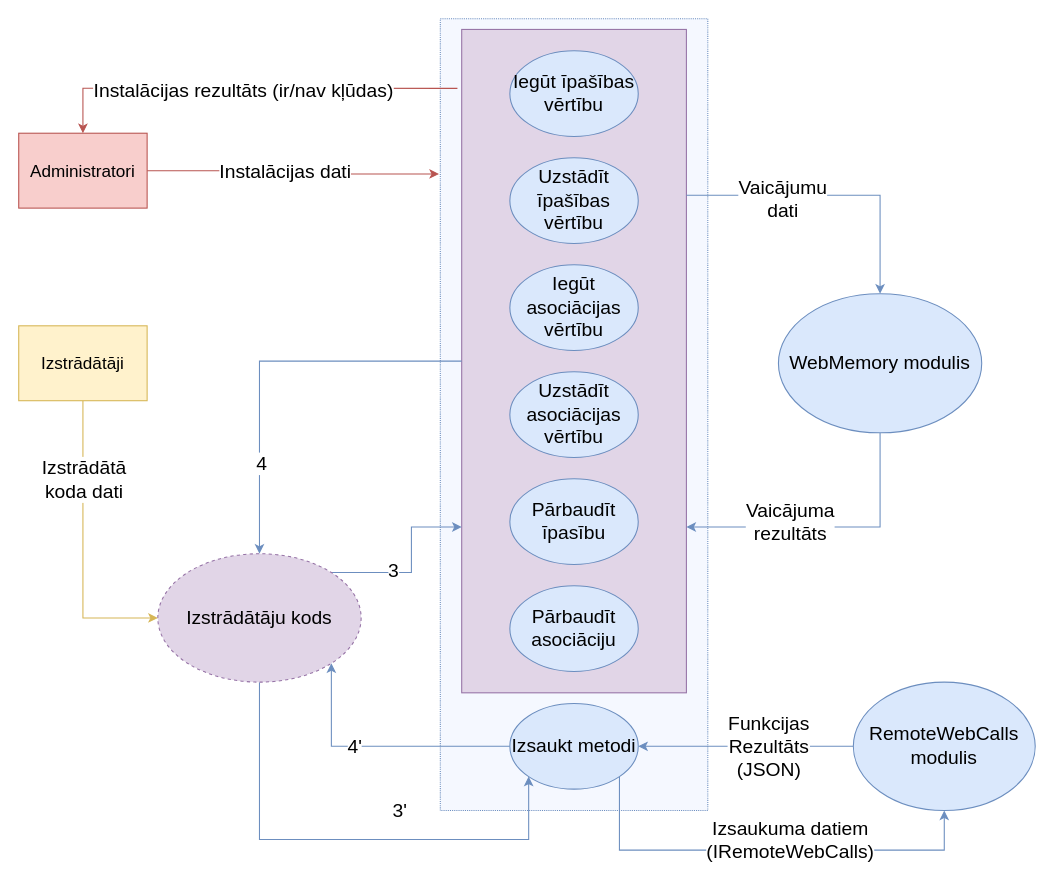
The draw.io diagram page "Ģenerētais kods" (6 of 9) of src/Kvalifikacijas darbs/Diagrammas/DPD.drawio in artiks12/webAppOS, before the edit. Source tidied: cells renumbered, new cells numbered last; positions are measured from the earlier drawing's top-left corner, leaving out a move shared by most shapes. Both pictures are drawn from the tidied source at 107%, with x=0, y=0 at pixel (18, 18).
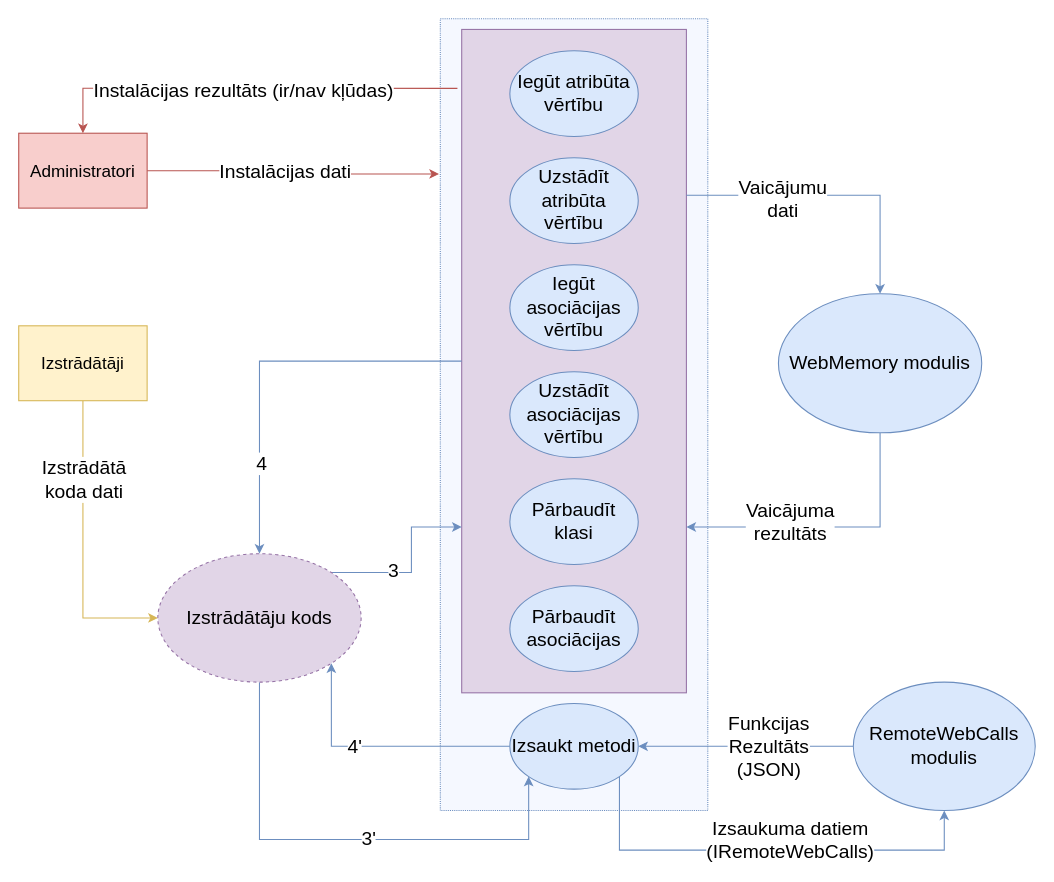
Above is the later version.

Change to the diagram source:
```diff
@@
-    <mxCell id="6" value="&lt;font style=&quot;font-size: 18px&quot;&gt;Iegūt īpašības vērtību&lt;br&gt;&lt;/font&gt;" style="ellipse;whiteSpace=wrap;html=1;fillColor=#dae8fc;strokeColor=#6c8ebf;" parent="1" vertex="1">
+    <mxCell id="6" value="&lt;font style=&quot;font-size: 18px&quot;&gt;Iegūt atribūta vērtību&lt;br&gt;&lt;/font&gt;" style="ellipse;whiteSpace=wrap;html=1;fillColor=#dae8fc;strokeColor=#6c8ebf;" parent="1" vertex="1">
       <mxGeometry x="459" y="30" width="120" height="80" as="geometry" />
     </mxCell>
-    <mxCell id="7" value="&lt;font style=&quot;font-size: 18px&quot;&gt;Uzstādīt īpašības vērtību&lt;/font&gt;" style="ellipse;whiteSpace=wrap;html=1;fillColor=#dae8fc;strokeColor=#6c8ebf;" parent="1" vertex="1">
+    <mxCell id="7" value="&lt;font style=&quot;font-size: 18px&quot;&gt;Uzstādīt atribūta vērtību&lt;/font&gt;" style="ellipse;whiteSpace=wrap;html=1;fillColor=#dae8fc;strokeColor=#6c8ebf;" parent="1" vertex="1">
       <mxGeometry x="459" y="130" width="120" height="80" as="geometry" />
     </mxCell>
@@
-    <mxCell id="9" value="&lt;font style=&quot;font-size: 18px&quot;&gt;Pārbaudīt īpasību&lt;br&gt;&lt;/font&gt;" style="ellipse;whiteSpace=wrap;html=1;fillColor=#dae8fc;strokeColor=#6c8ebf;" parent="1" vertex="1">
+    <mxCell id="9" value="&lt;font style=&quot;font-size: 18px&quot;&gt;Pārbaudīt klasi&lt;br&gt;&lt;/font&gt;" style="ellipse;whiteSpace=wrap;html=1;fillColor=#dae8fc;strokeColor=#6c8ebf;" parent="1" vertex="1">
       <mxGeometry x="459" y="430" width="120" height="80" as="geometry" />
     </mxCell>
@@
-    <mxCell id="11" value="&lt;font style=&quot;font-size: 18px&quot;&gt;Pārbaudīt asociāciju&lt;/font&gt;" style="ellipse;whiteSpace=wrap;html=1;fillColor=#dae8fc;strokeColor=#6c8ebf;" parent="1" vertex="1">
+    <mxCell id="11" value="&lt;font style=&quot;font-size: 18px&quot;&gt;Pārbaudīt asociācijas&lt;/font&gt;" style="ellipse;whiteSpace=wrap;html=1;fillColor=#dae8fc;strokeColor=#6c8ebf;" parent="1" vertex="1">
       <mxGeometry x="459" y="530" width="120" height="80" as="geometry" />
     </mxCell>
@@
     <mxCell id="37" value="&lt;font style=&quot;font-size: 18px&quot;&gt;3'&lt;/font&gt;" style="edgeLabel;html=1;align=center;verticalAlign=middle;" parent="1" vertex="1">
-      <mxGeometry x="359.6" y="738" as="geometry">
+      <mxGeometry x="330" y="764" as="geometry">
         <mxPoint x="-4" y="2" as="offset" />
       </mxGeometry>
     </mxCell>
```
